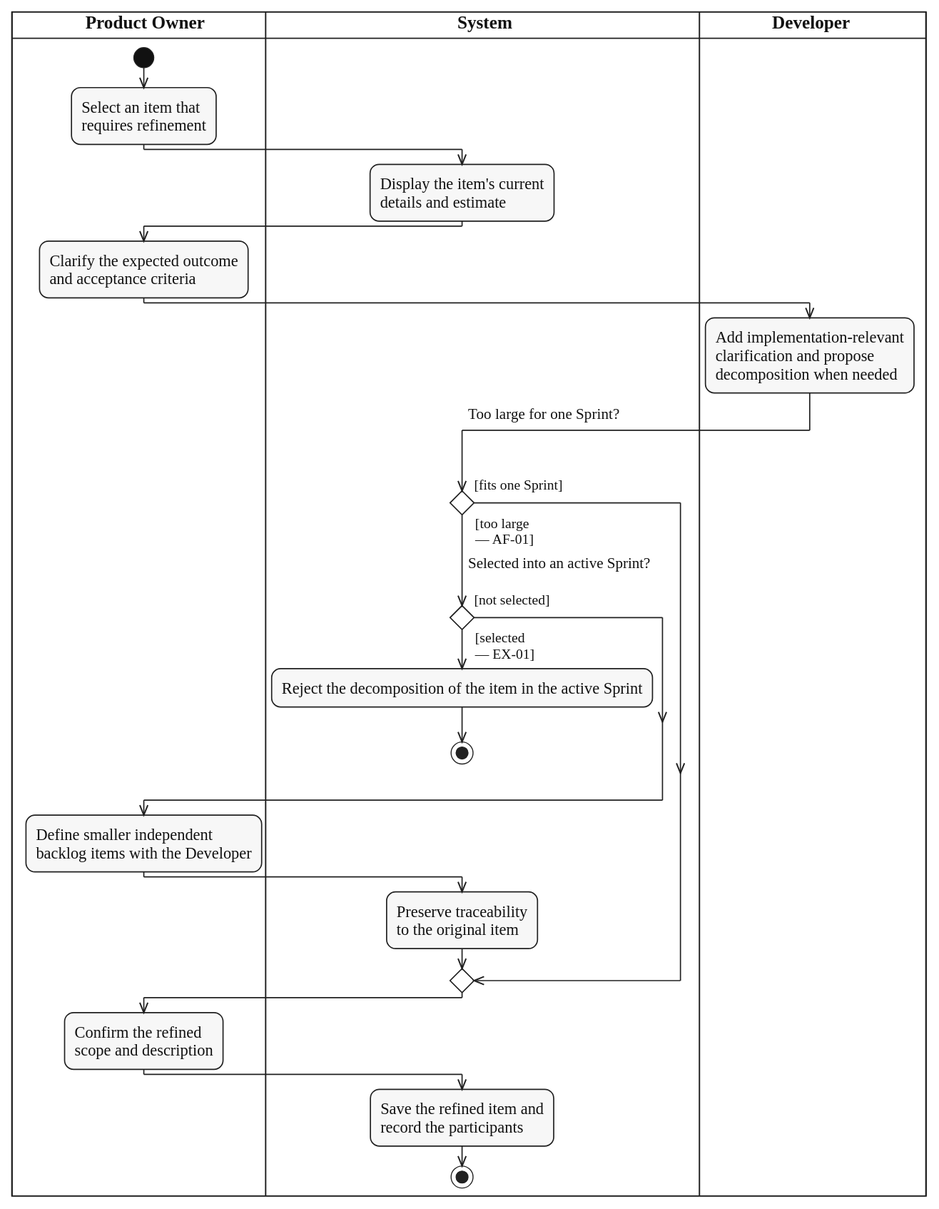
Earlier version of the PlantUML export diagrams/activity/product-backlog/svg/UC-BACKLOG-ITEM-REFINE.svg (lukenab/swd392-doc-automation). Its source is kept beside it as diagrams/activity/product-backlog/source/UC-BACKLOG-ITEM-REFINE.puml. Its diagram source:
```plantuml
@startuml UC-BACKLOG-ITEM-REFINE
!include ../../_shared/activity-style.puml

|PRO| $lane_title("Product Owner")
|SYS| $lane_title("System")
|DEV| $lane_title("Developer")

|PRO|
start
:Select an item that
requires refinement;
|SYS|
:Display the item's current
details and estimate;
|PRO|
:Clarify the expected outcome
and acceptance criteria;
|DEV|
:Add implementation-relevant
clarification and propose
decomposition when needed;
|SYS|
if ($question_x("Too large for one Sprint?")) then ($guard_left("[fits one Sprint]"))
else ($guard_right("[too large", "— AF-01]"))
  if ($question("Selected into an active Sprint?")) then ($guard_left("[not selected]"))
  else ($guard_right("[selected", "— EX-01]"))
    :Reject the decomposition of the item in the active Sprint;
    stop
  endif
  |PRO|
  :Define smaller independent
  backlog items with the Developer;
  |SYS|
  :Preserve traceability
  to the original item;
endif
|PRO|
:Confirm the refined
scope and description;
|SYS|
:Save the refined item and
record the participants;
stop
@enduml
```
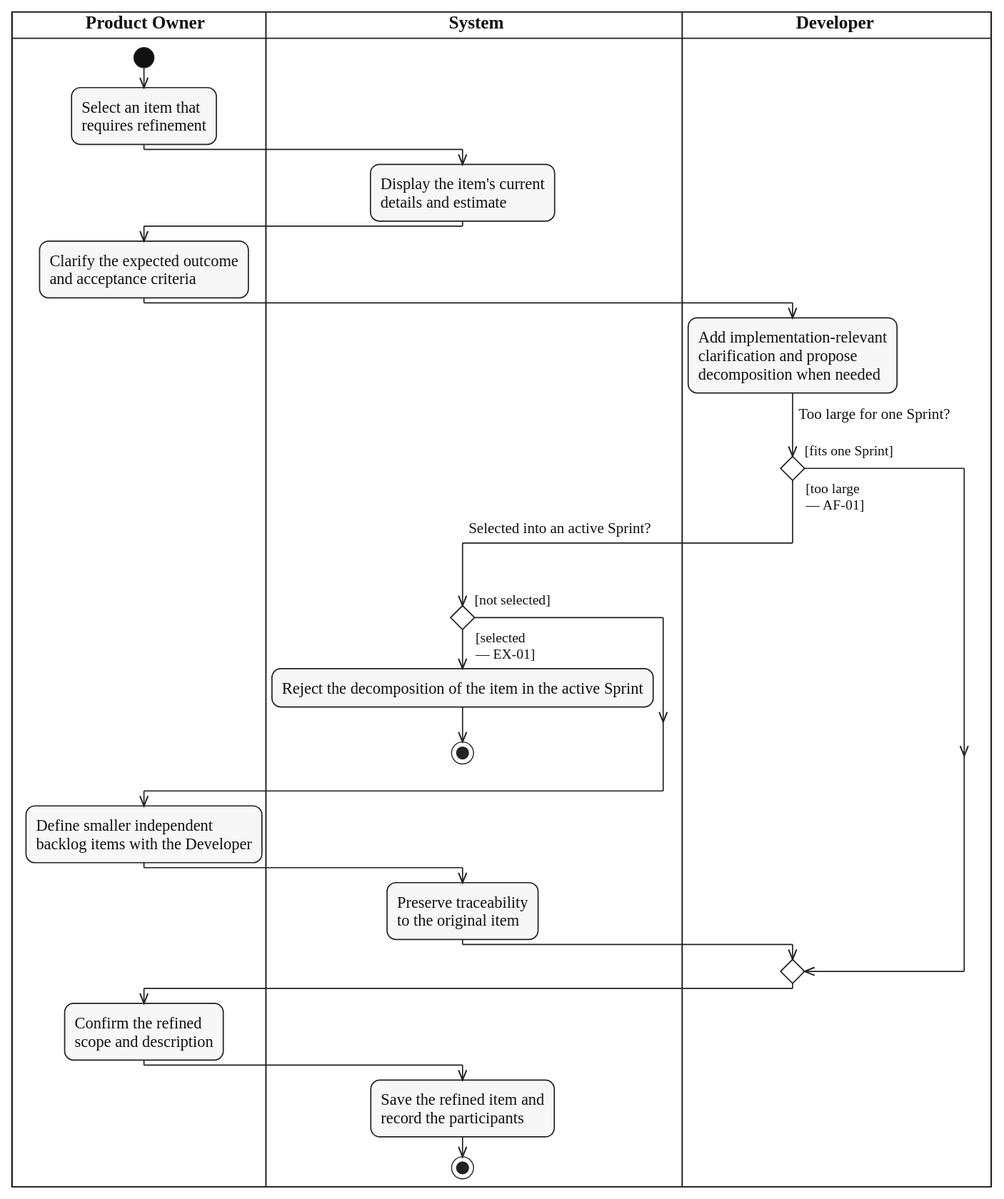
Later version of the same file.

Commit message:
docs(activity): fix partitions, added text and end nodes in product backlog diagrams

Diff of the diagram source:
```diff
@@ -19,10 +19,10 @@
 :Add implementation-relevant
 clarification and propose
 decomposition when needed;
-|SYS|
-if ($question_x("Too large for one Sprint?")) then ($guard_left("[fits one Sprint]"))
+if ($question("Too large for one Sprint?")) then ($guard_left("[fits one Sprint]"))
 else ($guard_right("[too large", "— AF-01]"))
-  if ($question("Selected into an active Sprint?")) then ($guard_left("[not selected]"))
+  |SYS|
+  if ($question_x("Selected into an active Sprint?")) then ($guard_left("[not selected]"))
   else ($guard_right("[selected", "— EX-01]"))
     :Reject the decomposition of the item in the active Sprint;
     stop
```
